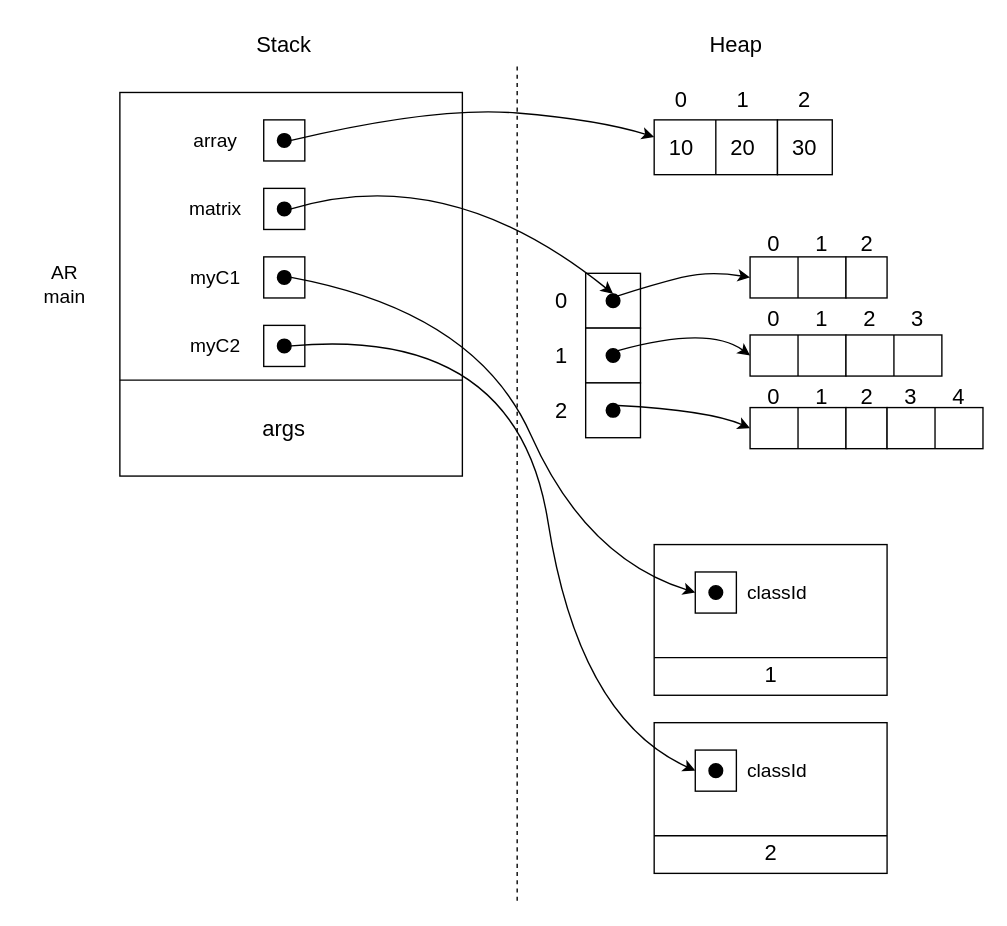
Above: page "Page-1" (1 of 3) of Lab0-1-point-one.drawio in HAZberi/ensf-607-assignment-0 (draw.io), before the change. Source tidied: cells renumbered, new cells numbered last; positions are measured from the earlier drawing's top-left corner, leaving out a move shared by most shapes. Both pictures are drawn from the tidied source at 137%, with x=0, y=0 at pixel (23, 23).
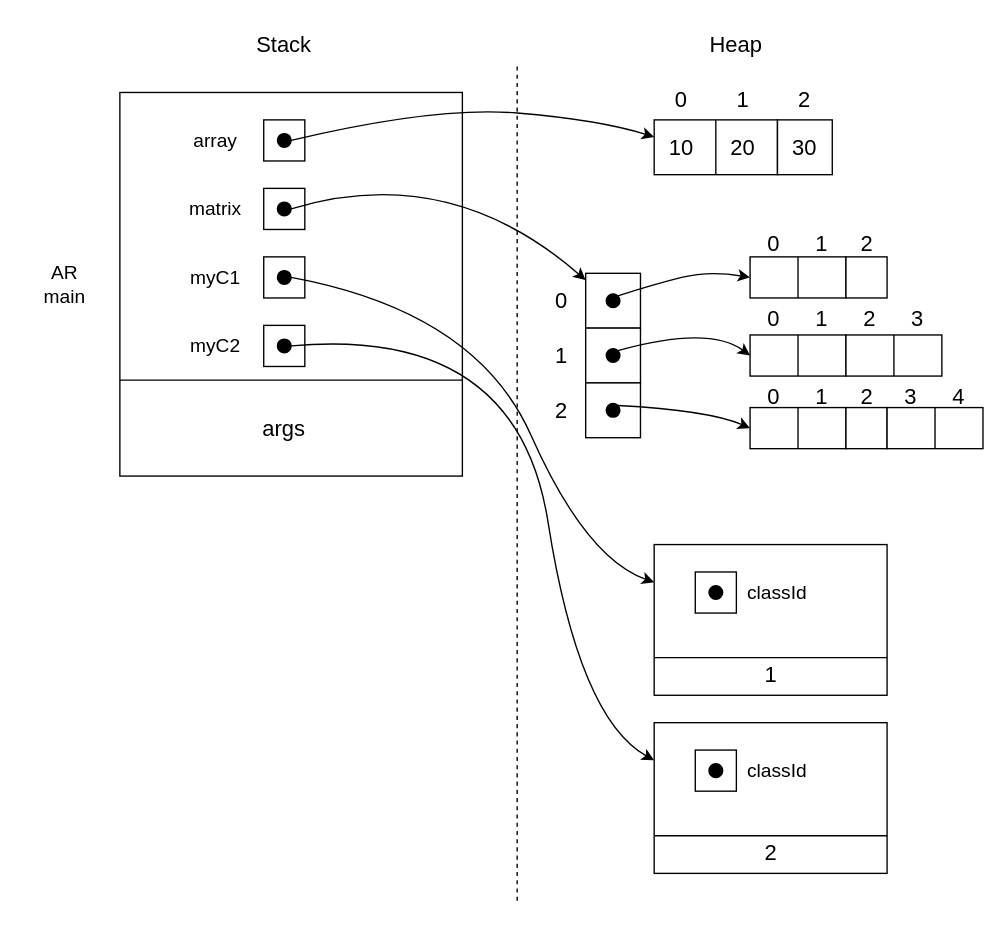
The same diagram, later.

Unchanged cells that the change refers to:
```xml
<mxCell id="16" style="ellipse;whiteSpace=wrap;html=1;fontSize=16;fillColor=#000000;" parent="13" vertex="1">
  <mxGeometry x="75" y="10" width="10" height="10" as="geometry" />
</mxCell>
<mxCell id="20" style="ellipse;whiteSpace=wrap;html=1;fontSize=16;fillColor=#000000;" parent="17" vertex="1">
  <mxGeometry x="75" y="10" width="10" height="10" as="geometry" />
</mxCell>
<mxCell id="24" style="ellipse;whiteSpace=wrap;html=1;fontSize=16;fillColor=#000000;" parent="21" vertex="1">
  <mxGeometry x="75" y="10" width="10" height="10" as="geometry" />
</mxCell>
<mxCell id="40" value="0" style="text;html=1;strokeColor=none;fillColor=none;align=center;verticalAlign=middle;whiteSpace=wrap;rounded=0;fontSize=16;" parent="1" vertex="1">
  <mxGeometry x="375" y="187" width="35" height="30" as="geometry" />
</mxCell>
<mxCell id="43" style="ellipse;whiteSpace=wrap;html=1;fontSize=16;fillColor=#000000;" parent="1" vertex="1">
  <mxGeometry x="425" y="197" width="10" height="10" as="geometry" />
</mxCell>
<mxCell id="75" style="rounded=0;whiteSpace=wrap;html=1;fontSize=16;fillColor=#FFFFFF;" parent="74" vertex="1">
  <mxGeometry width="170" height="110" as="geometry" />
</mxCell>
<mxCell id="80" style="whiteSpace=wrap;html=1;fontSize=14;" parent="79" vertex="1">
  <mxGeometry width="30" height="30" as="geometry" />
</mxCell>
<mxCell id="83" style="rounded=0;whiteSpace=wrap;html=1;fontSize=16;fillColor=#FFFFFF;" parent="82" vertex="1">
  <mxGeometry width="170" height="110" as="geometry" />
</mxCell>
<mxCell id="88" style="whiteSpace=wrap;html=1;fontSize=14;" parent="87" vertex="1">
  <mxGeometry width="30" height="30" as="geometry" />
</mxCell>
```

Diff of the diagram source:
```diff
@@
-    <mxCell id="70" style="curved=1;endArrow=classic;html=1;rounded=0;fontSize=16;exitX=1;exitY=0.5;exitDx=0;exitDy=0;entryX=0.5;entryY=0;entryDx=0;entryDy=0;" parent="1" edge="1" source="16" target="43">
+    <mxCell id="70" style="curved=1;endArrow=classic;html=1;rounded=0;fontSize=16;exitX=1;exitY=0.5;exitDx=0;exitDy=0;entryX=1;entryY=0;entryDx=0;entryDy=0;" parent="1" edge="1" source="16" target="40">
       <mxGeometry relative="1" as="geometry">
         <Array as="points">
           <mxPoint x="310" y="100" />
         </Array>
       </mxGeometry>
     </mxCell>
@@
-    <mxCell id="90" style="curved=1;endArrow=classic;html=1;rounded=0;fontSize=16;exitX=1;exitY=0.5;exitDx=0;exitDy=0;entryX=0;entryY=0.5;entryDx=0;entryDy=0;" parent="1" edge="1" source="20" target="80">
+    <mxCell id="90" style="curved=1;endArrow=classic;html=1;rounded=0;fontSize=16;exitX=1;exitY=0.5;exitDx=0;exitDy=0;entryX=0;entryY=0.25;entryDx=0;entryDy=0;" parent="1" edge="1" source="20" target="75">
       <mxGeometry relative="1" as="geometry">
         <Array as="points">
           <mxPoint x="330" y="210" />
           <mxPoint x="410" y="390" />
         </Array>
       </mxGeometry>
     </mxCell>
-    <mxCell id="91" style="curved=1;endArrow=classic;html=1;rounded=0;fontSize=16;exitX=1;exitY=0.5;exitDx=0;exitDy=0;entryX=0;entryY=0.5;entryDx=0;entryDy=0;" parent="1" edge="1" source="24" target="88">
+    <mxCell id="91" style="curved=1;endArrow=classic;html=1;rounded=0;fontSize=16;exitX=1;exitY=0.5;exitDx=0;exitDy=0;entryX=0;entryY=0.25;entryDx=0;entryDy=0;" parent="1" edge="1" source="24" target="83">
       <mxGeometry relative="1" as="geometry">
         <Array as="points">
           <mxPoint x="360" y="220" />
           <mxPoint x="405" y="507" />
         </Array>
       </mxGeometry>
     </mxCell>
```
